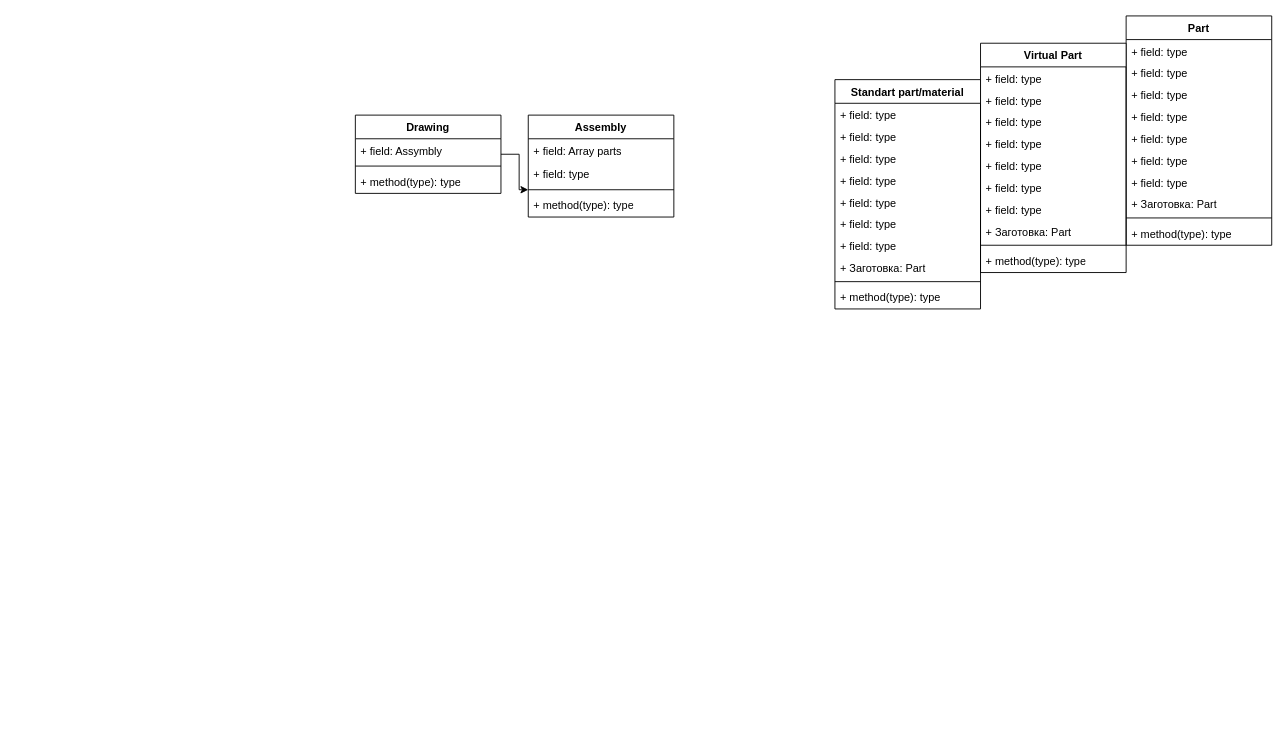
Above: ESKD.drawio in ptm-tm/Diagrams-for-eskd (draw.io), before the change. Source tidied: cells renumbered, new cells numbered last; positions are measured from the earlier drawing's top-left corner, leaving out a move shared by most shapes. Both pictures are drawn from the tidied source at 91%, with x=0, y=0 at pixel (355, 15).
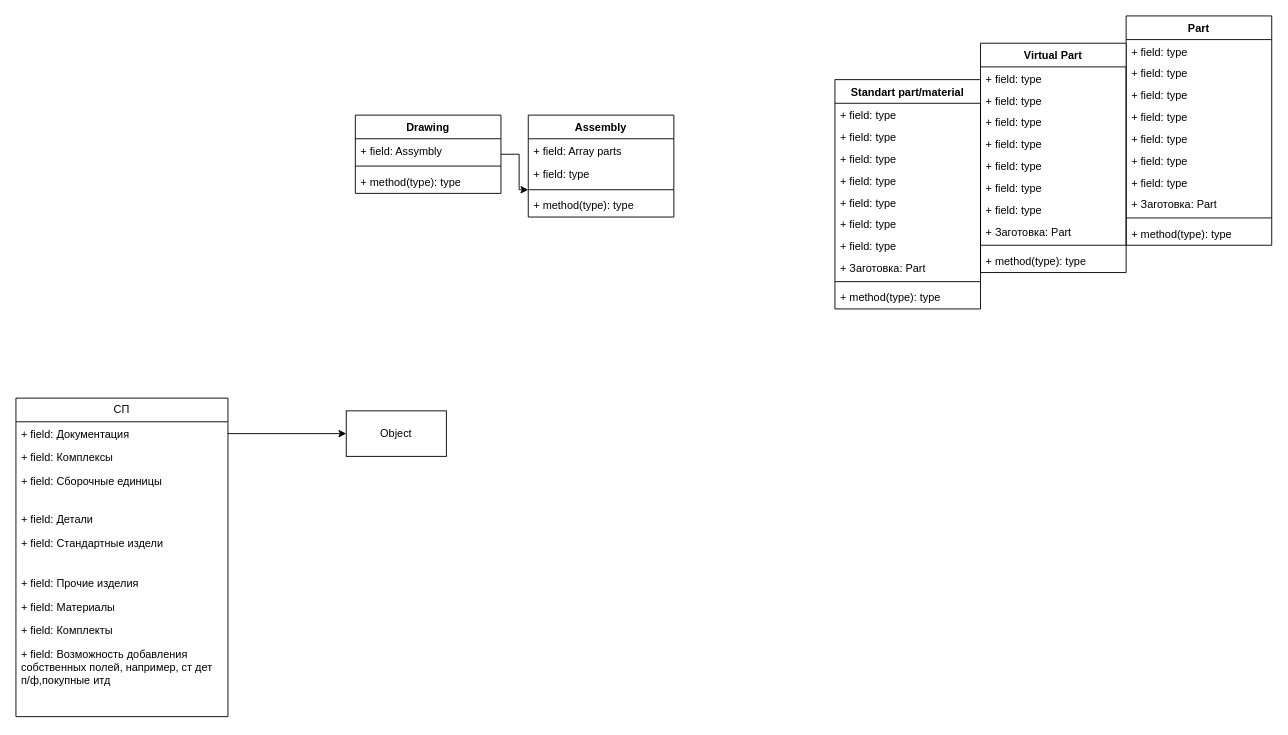
The same page after the edit.

The change refers to these unchanged cells:
```xml
<mxCell id="2" value="Part" style="swimlane;fontStyle=1;align=center;verticalAlign=top;horizontal=1;startSize=26;whiteSpace=wrap;html=1;" parent="1" vertex="1">
  <mxGeometry x="847" width="160" height="252" as="geometry" />
</mxCell>
```

The edit, as a diff of the source:
```diff
@@
-    <mxCell id="3" value="+ field: type" style="text;strokeColor=none;fillColor=none;align=left;verticalAlign=top;spacingLeft=4;spacingRight=4;overflow=hidden;whiteSpace=wrap;html=1;" parent="2" vertex="1">
+    <mxCell id="3" value="&lt;div&gt;+ field: type&lt;/div&gt;&lt;div&gt;&lt;br&gt;&lt;/div&gt;&lt;div&gt;&lt;br&gt;&lt;/div&gt;" style="text;strokeColor=none;fillColor=none;align=left;verticalAlign=top;spacingLeft=4;spacingRight=4;overflow=hidden;whiteSpace=wrap;html=1;" parent="2" vertex="1">
       <mxGeometry y="26" width="160" height="24" as="geometry" />
     </mxCell>
@@
+    <mxCell id="45" value="СП" style="swimlane;fontStyle=0;horizontal=1;startSize=26;fillColor=none;whiteSpace=wrap;html=1;" parent="1" vertex="1">
+      <mxGeometry x="-373" y="420" width="233" height="350" as="geometry" />
+    </mxCell>
+    <mxCell id="46" value="+ field: Документация" style="text;strokeColor=none;fillColor=none;align=left;verticalAlign=top;spacingLeft=4;spacingRight=4;overflow=hidden;points=[[0,0.5],[1,0.5]];portConstraint=eastwest;whiteSpace=wrap;html=1;" parent="45" vertex="1">
+      <mxGeometry y="26" width="233" height="26" as="geometry" />
+    </mxCell>
+    <mxCell id="47" value="&lt;div&gt;+ field: Комплексы&lt;/div&gt;&lt;div&gt;&lt;br&gt;&lt;/div&gt;" style="text;strokeColor=none;fillColor=none;align=left;verticalAlign=top;spacingLeft=4;spacingRight=4;overflow=hidden;whiteSpace=wrap;html=1;" parent="45" vertex="1">
+      <mxGeometry y="52" width="233" height="26" as="geometry" />
+    </mxCell>
+    <mxCell id="48" value="+ field: Сборочные единицы" style="text;strokeColor=none;fillColor=none;align=left;verticalAlign=top;spacingLeft=4;spacingRight=4;overflow=hidden;whiteSpace=wrap;html=1;" parent="45" vertex="1">
+      <mxGeometry y="78" width="233" height="42" as="geometry" />
+    </mxCell>
+    <mxCell id="49" value="+ field: Детали" style="text;strokeColor=none;fillColor=none;align=left;verticalAlign=top;spacingLeft=4;spacingRight=4;overflow=hidden;whiteSpace=wrap;html=1;" parent="45" vertex="1">
+      <mxGeometry y="120" width="233" height="26" as="geometry" />
+    </mxCell>
+    <mxCell id="50" value="+ field: Стандартные издели" style="text;strokeColor=none;fillColor=none;align=left;verticalAlign=top;spacingLeft=4;spacingRight=4;overflow=hidden;whiteSpace=wrap;html=1;" parent="45" vertex="1">
+      <mxGeometry y="146" width="233" height="44" as="geometry" />
+    </mxCell>
+    <mxCell id="51" value="+ field: Прочие изделия" style="text;strokeColor=none;fillColor=none;align=left;verticalAlign=top;spacingLeft=4;spacingRight=4;overflow=hidden;whiteSpace=wrap;html=1;" parent="45" vertex="1">
+      <mxGeometry y="190" width="233" height="26" as="geometry" />
+    </mxCell>
+    <mxCell id="52" value="+ field: Материалы" style="text;strokeColor=none;fillColor=none;align=left;verticalAlign=top;spacingLeft=4;spacingRight=4;overflow=hidden;whiteSpace=wrap;html=1;" parent="45" vertex="1">
+      <mxGeometry y="216" width="233" height="26" as="geometry" />
+    </mxCell>
+    <mxCell id="53" value="&lt;div&gt;+ field: Комплекты&lt;/div&gt;&lt;div&gt;&lt;br&gt;&lt;/div&gt;" style="text;strokeColor=none;fillColor=none;align=left;verticalAlign=top;spacingLeft=4;spacingRight=4;overflow=hidden;whiteSpace=wrap;html=1;" parent="45" vertex="1">
+      <mxGeometry y="242" width="233" height="26" as="geometry" />
+    </mxCell>
+    <mxCell id="54" value="&lt;div&gt;+ field: Возможность добавления собственных полей, например, ст дет п/ф,покупные итд&lt;/div&gt;&lt;div&gt;&lt;br&gt;&lt;/div&gt;&lt;div&gt;&lt;br&gt;&lt;/div&gt;" style="text;strokeColor=none;fillColor=none;align=left;verticalAlign=top;spacingLeft=4;spacingRight=4;overflow=hidden;whiteSpace=wrap;html=1;" parent="45" vertex="1">
+      <mxGeometry y="268" width="233" height="82" as="geometry" />
+    </mxCell>
+    <mxCell id="55" value="Object" style="html=1;whiteSpace=wrap;" parent="1" vertex="1">
+      <mxGeometry x="-10" y="434" width="110" height="50" as="geometry" />
+    </mxCell>
+    <mxCell id="56" style="edgeStyle=none;rounded=0;jettySize=auto;html=1;exitX=1;exitY=0.5;exitDx=0;exitDy=0;entryX=0;entryY=0.5;entryDx=0;entryDy=0;" parent="1" edge="1" source="46" target="55">
+      <mxGeometry relative="1" as="geometry" />
+    </mxCell>
```
